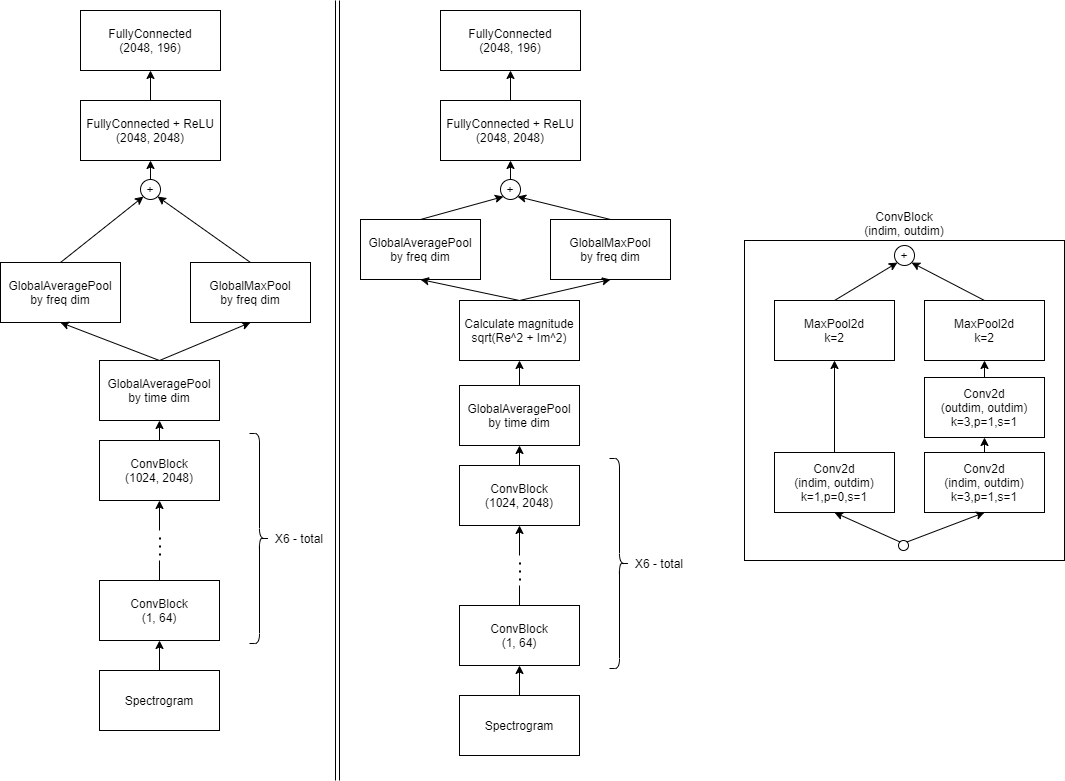
Above: assets/arch.png in blacky-i/complex_nn (draw.io), before the change. Source tidied: cells renumbered, new cells last; positions are measured from the earlier drawing's top-left corner, leaving out a move shared by most shapes.
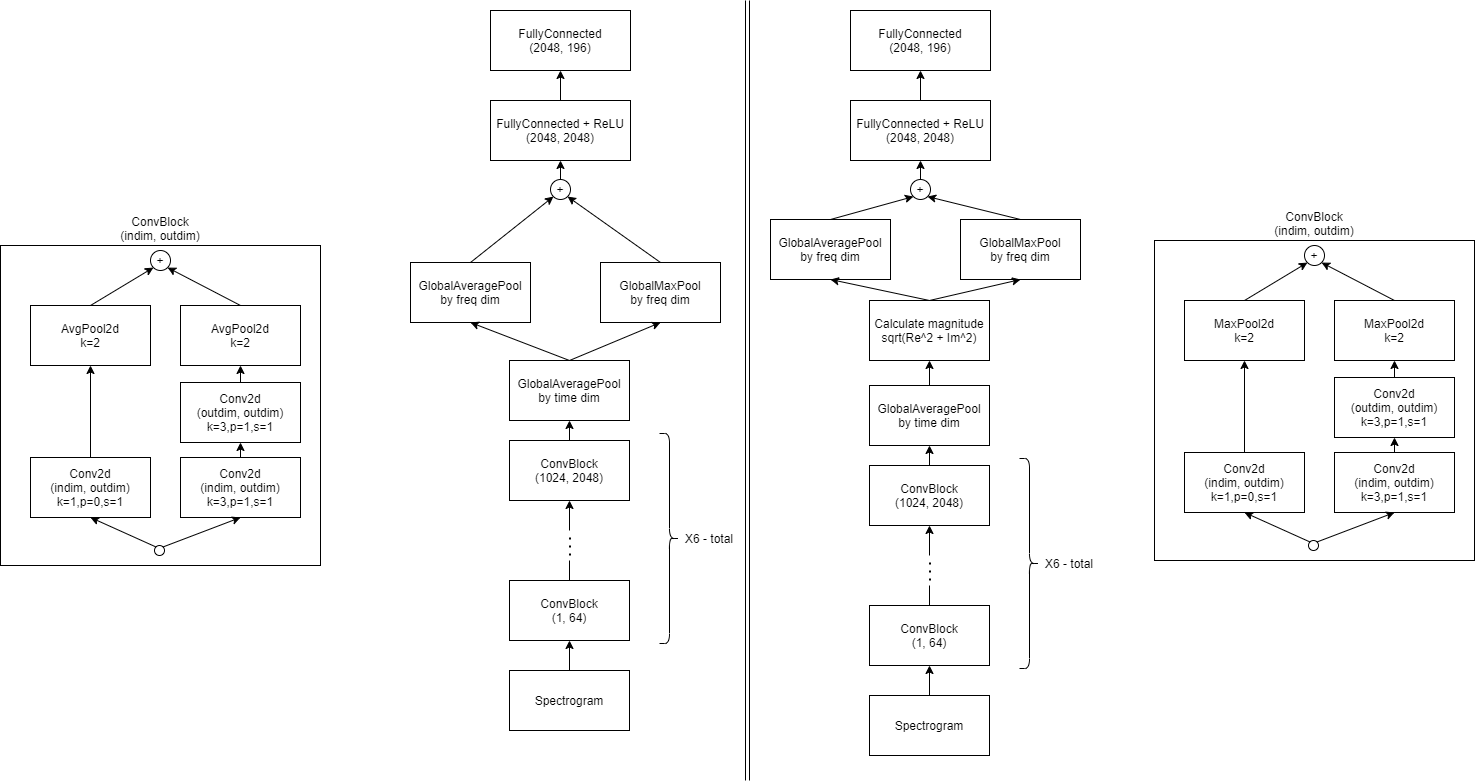
Above is the later version.

Diff of the diagram source:
```diff
@@ -205,5 +205,50 @@
         <mxPoint x="337" y="780" as="targetPoint" />
       </mxGeometry>
     </mxCell>
+    <mxCell id="64" value="ConvBlock&#10;(indim, outdim)" style="rounded=0;labelPosition=center;verticalLabelPosition=top;align=center;verticalAlign=bottom;" parent="1" vertex="1">
+      <mxGeometry x="-410" y="245" width="320" height="320" as="geometry" />
+    </mxCell>
+    <mxCell id="65" value="Conv2d&#10;(indim, outdim)&#10;k=1,p=0,s=1" style="rounded=0;" parent="1" vertex="1">
+      <mxGeometry x="-380" y="457" width="120" height="60" as="geometry" />
+    </mxCell>
+    <mxCell id="66" value="Conv2d&#10;(indim, outdim)&#10;k=3,p=1,s=1" style="rounded=0;" parent="1" vertex="1">
+      <mxGeometry x="-230" y="457" width="120" height="60" as="geometry" />
+    </mxCell>
+    <mxCell id="67" value="Conv2d&#10;(outdim, outdim)&#10;k=3,p=1,s=1" style="rounded=0;" parent="1" vertex="1">
+      <mxGeometry x="-230" y="382" width="120" height="60" as="geometry" />
+    </mxCell>
+    <mxCell id="68" value="AvgPool2d&#10;k=2" style="rounded=0;" parent="1" vertex="1">
+      <mxGeometry x="-380" y="305" width="120" height="60" as="geometry" />
+    </mxCell>
+    <mxCell id="69" value="AvgPool2d&#10;k=2" style="rounded=0;" parent="1" vertex="1">
+      <mxGeometry x="-230" y="305" width="120" height="60" as="geometry" />
+    </mxCell>
+    <mxCell id="70" value="+" style="ellipse;" parent="1" vertex="1">
+      <mxGeometry x="-260" y="250" width="20" height="20" as="geometry" />
+    </mxCell>
+    <mxCell id="71" style="endArrow=classic;rounded=0;entryX=0;entryY=1;entryDx=0;entryDy=0;exitX=0.5;exitY=0;exitDx=0;exitDy=0;" parent="1" edge="1" source="68" target="70">
+      <mxGeometry relative="1" as="geometry" />
+    </mxCell>
+    <mxCell id="72" style="endArrow=classic;rounded=0;entryX=1;entryY=1;entryDx=0;entryDy=0;exitX=0.5;exitY=0;exitDx=0;exitDy=0;" parent="1" edge="1" source="69" target="70">
+      <mxGeometry relative="1" as="geometry" />
+    </mxCell>
+    <mxCell id="73" style="endArrow=classic;rounded=0;entryX=0.5;entryY=1;entryDx=0;entryDy=0;exitX=0.5;exitY=0;exitDx=0;exitDy=0;" parent="1" edge="1" source="65" target="68">
+      <mxGeometry relative="1" as="geometry" />
+    </mxCell>
+    <mxCell id="74" style="ellipse;" parent="1" vertex="1">
+      <mxGeometry x="-256" y="545" width="10" height="10" as="geometry" />
+    </mxCell>
+    <mxCell id="75" style="endArrow=classic;rounded=0;entryX=0.5;entryY=1;entryDx=0;entryDy=0;exitX=0;exitY=0;exitDx=0;exitDy=0;" parent="1" edge="1" source="74" target="65">
+      <mxGeometry relative="1" as="geometry" />
+    </mxCell>
+    <mxCell id="76" style="endArrow=classic;rounded=0;entryX=0.5;entryY=1;entryDx=0;entryDy=0;exitX=1;exitY=0;exitDx=0;exitDy=0;" parent="1" edge="1" source="74" target="66">
+      <mxGeometry relative="1" as="geometry" />
+    </mxCell>
+    <mxCell id="77" style="endArrow=classic;rounded=0;entryX=0.5;entryY=1;entryDx=0;entryDy=0;exitX=0.5;exitY=0;exitDx=0;exitDy=0;" parent="1" edge="1" source="66" target="67">
+      <mxGeometry relative="1" as="geometry" />
+    </mxCell>
+    <mxCell id="78" style="endArrow=classic;rounded=0;entryX=0.5;entryY=1;entryDx=0;entryDy=0;exitX=0.5;exitY=0;exitDx=0;exitDy=0;" parent="1" edge="1" source="67" target="69">
+      <mxGeometry relative="1" as="geometry" />
+    </mxCell>
   </root>
 </mxGraphModel>
```
